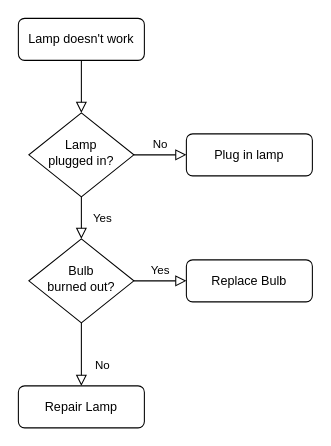
Earlier version of the draw.io diagram Untitled Diagram.drawio (ayan123056/python-course). Source tidied: cells renumbered, new cells numbered last; positions are measured from the earlier drawing's top-left corner, leaving out a move shared by most shapes. Both pictures are drawn from the tidied source at 105%, with x=0, y=0 at pixel (18, 18).
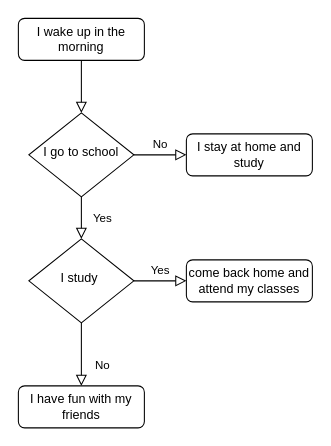
The same diagram, later.

What changed in the source:
```diff
@@
 <mxGraphModel>
   <root>
     <mxCell id="0" />
     <mxCell id="1" parent="0" />
     <mxCell id="2" style="rounded=0;html=1;jettySize=auto;fontSize=11;endArrow=block;endFill=0;endSize=8;strokeWidth=1;shadow=0;labelBackgroundColor=none;edgeStyle=orthogonalEdgeStyle;" parent="1" edge="1" source="3" target="6">
       <mxGeometry relative="1" as="geometry" />
     </mxCell>
-    <mxCell id="3" value="Lamp doesn't work" style="rounded=1;whiteSpace=wrap;html=1;fontSize=12;glass=0;strokeWidth=1;shadow=0;" parent="1" vertex="1">
+    <mxCell id="3" value="I wake up in the morning" style="rounded=1;whiteSpace=wrap;html=1;fontSize=12;glass=0;strokeWidth=1;shadow=0;" parent="1" vertex="1">
       <mxGeometry width="120" height="40" as="geometry" />
     </mxCell>
     <mxCell id="4" value="Yes" style="rounded=0;html=1;jettySize=auto;fontSize=11;endArrow=block;endFill=0;endSize=8;strokeWidth=1;shadow=0;labelBackgroundColor=none;edgeStyle=orthogonalEdgeStyle;" parent="1" edge="1" source="6" target="10">
       <mxGeometry y="20" relative="1" as="geometry" />
     </mxCell>
     <mxCell id="5" value="No" style="edgeStyle=orthogonalEdgeStyle;rounded=0;html=1;jettySize=auto;fontSize=11;endArrow=block;endFill=0;endSize=8;strokeWidth=1;shadow=0;labelBackgroundColor=none;" parent="1" edge="1" source="6" target="7">
       <mxGeometry y="10" relative="1" as="geometry" />
     </mxCell>
-    <mxCell id="6" value="Lamp&lt;br&gt;plugged in?" style="rhombus;whiteSpace=wrap;html=1;shadow=0;fontFamily=Helvetica;fontSize=12;align=center;strokeWidth=1;spacing=6;spacingTop=-4;" parent="1" vertex="1">
+    <mxCell id="6" value="I go to school" style="rhombus;whiteSpace=wrap;html=1;shadow=0;fontFamily=Helvetica;fontSize=12;align=center;strokeWidth=1;spacing=6;spacingTop=-4;" parent="1" vertex="1">
       <mxGeometry x="10" y="90" width="100" height="80" as="geometry" />
     </mxCell>
-    <mxCell id="7" value="Plug in lamp" style="rounded=1;whiteSpace=wrap;html=1;fontSize=12;glass=0;strokeWidth=1;shadow=0;" parent="1" vertex="1">
+    <mxCell id="7" value="I stay at home and study" style="rounded=1;whiteSpace=wrap;html=1;fontSize=12;glass=0;strokeWidth=1;shadow=0;" parent="1" vertex="1">
       <mxGeometry x="160" y="110" width="120" height="40" as="geometry" />
     </mxCell>
     <mxCell id="8" value="No" style="rounded=0;html=1;jettySize=auto;fontSize=11;endArrow=block;endFill=0;endSize=8;strokeWidth=1;shadow=0;labelBackgroundColor=none;edgeStyle=orthogonalEdgeStyle;" parent="1" edge="1" source="10" target="11">
       <mxGeometry x="0.33" y="20" relative="1" as="geometry" />
     </mxCell>
     <mxCell id="9" value="Yes" style="edgeStyle=orthogonalEdgeStyle;rounded=0;html=1;jettySize=auto;fontSize=11;endArrow=block;endFill=0;endSize=8;strokeWidth=1;shadow=0;labelBackgroundColor=none;" parent="1" edge="1" source="10" target="12">
       <mxGeometry y="10" relative="1" as="geometry" />
     </mxCell>
-    <mxCell id="10" value="Bulb&lt;br&gt;burned out?" style="rhombus;whiteSpace=wrap;html=1;shadow=0;fontFamily=Helvetica;fontSize=12;align=center;strokeWidth=1;spacing=6;spacingTop=-4;" parent="1" vertex="1">
+    <mxCell id="10" value="I study&amp;nbsp;" style="rhombus;whiteSpace=wrap;html=1;shadow=0;fontFamily=Helvetica;fontSize=12;align=center;strokeWidth=1;spacing=6;spacingTop=-4;" parent="1" vertex="1">
       <mxGeometry x="10" y="210" width="100" height="80" as="geometry" />
     </mxCell>
-    <mxCell id="11" value="Repair Lamp" style="rounded=1;whiteSpace=wrap;html=1;fontSize=12;glass=0;strokeWidth=1;shadow=0;" parent="1" vertex="1">
+    <mxCell id="11" value="I have fun with my friends" style="rounded=1;whiteSpace=wrap;html=1;fontSize=12;glass=0;strokeWidth=1;shadow=0;" parent="1" vertex="1">
       <mxGeometry y="350" width="120" height="40" as="geometry" />
     </mxCell>
-    <mxCell id="12" value="Replace Bulb" style="rounded=1;whiteSpace=wrap;html=1;fontSize=12;glass=0;strokeWidth=1;shadow=0;" parent="1" vertex="1">
+    <mxCell id="12" value="come back home and attend my classes" style="rounded=1;whiteSpace=wrap;html=1;fontSize=12;glass=0;strokeWidth=1;shadow=0;" parent="1" vertex="1">
       <mxGeometry x="160" y="230" width="120" height="40" as="geometry" />
     </mxCell>
   </root>
 </mxGraphModel>
```
